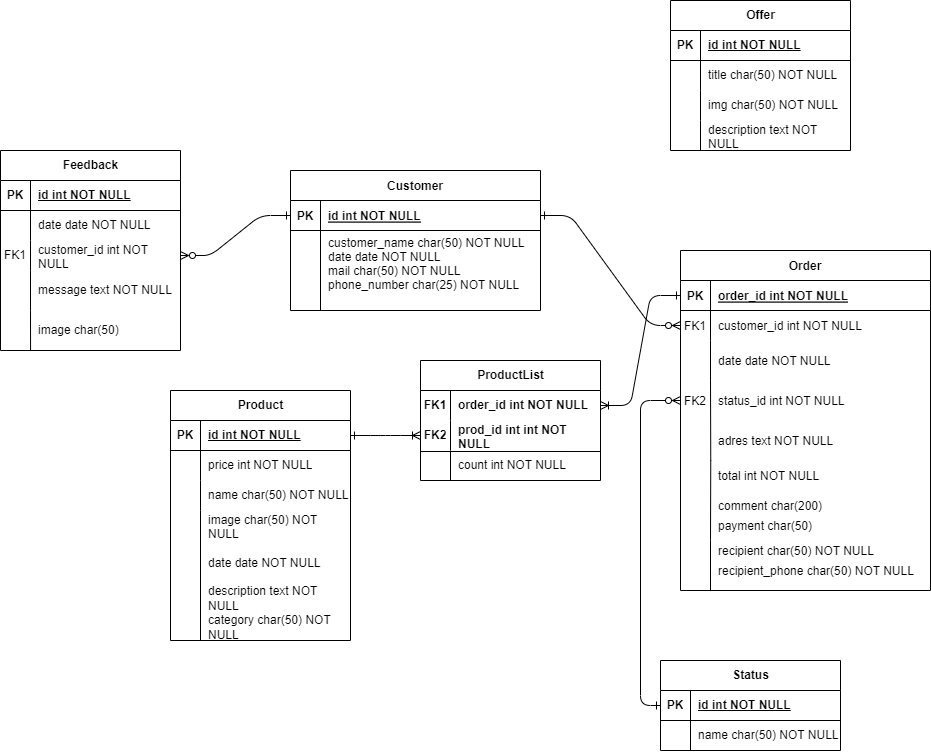
This is diagrams/ERD.png from Gunf1ghterr/food-store, a draw.io export, as it was before one commit. Source tidied: cells renumbered, new cells last; positions are measured from the earlier drawing's top-left corner, leaving out a move shared by most shapes.
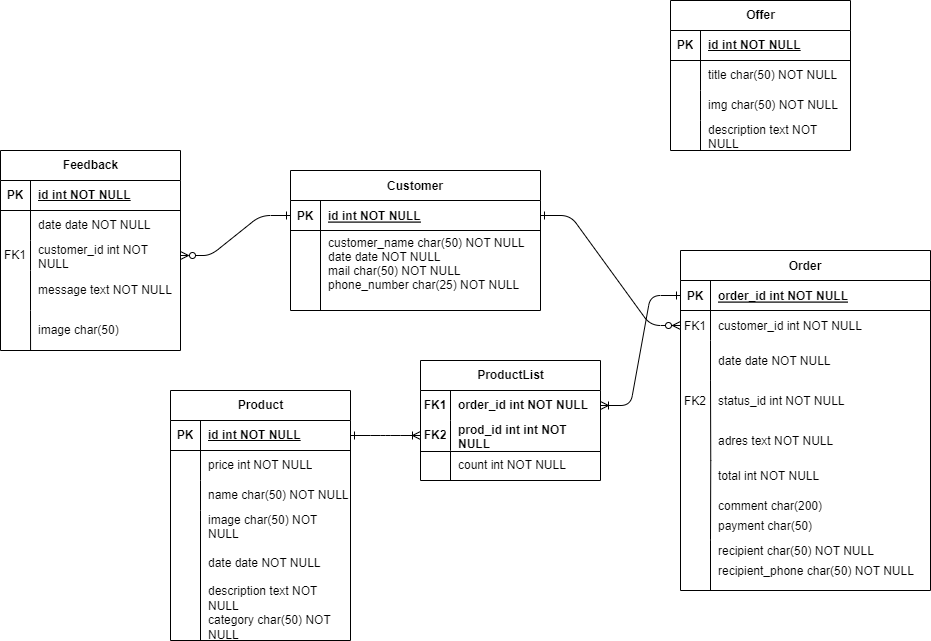
The same file after the commit.

What changed in the source:
```diff
@@ -148,37 +148,6 @@
     <mxCell id="49" style="endArrow=none;html=1;rounded=0;entryX=0.12;entryY=-0.006;entryDx=0;entryDy=0;entryPerimeter=0;exitX=0.121;exitY=1.01;exitDx=0;exitDy=0;exitPerimeter=0;" parent="1" edge="1" source="58" target="46">
       <mxGeometry relative="1" as="geometry" />
     </mxCell>
-    <mxCell id="50" value="Status" style="shape=table;startSize=30;rowLines=0;fontStyle=1;align=center;html=1;" parent="1" vertex="1">
-      <mxGeometry x="660" y="660" width="180" height="90" as="geometry" />
-    </mxCell>
-    <mxCell id="51" style="shape=tableRow;horizontal=0;startSize=0;swimlaneHead=0;swimlaneBody=0;fillColor=none;points=[[0,0.5],[1,0.5]];portConstraint=eastwest;top=0;left=0;right=0;bottom=1;" parent="50" vertex="1">
-      <mxGeometry y="30" width="180" height="30" as="geometry" />
-    </mxCell>
-    <mxCell id="52" value="PK" style="shape=partialRectangle;fillColor=none;top=0;left=0;bottom=0;right=0;fontStyle=1;overflow=hidden;whiteSpace=wrap;html=1;" parent="51" vertex="1">
-      <mxGeometry width="30" height="30" as="geometry" />
-    </mxCell>
-    <mxCell id="53" value="id int NOT NULL" style="shape=partialRectangle;fillColor=none;top=0;left=0;bottom=0;right=0;align=left;spacingLeft=6;fontStyle=5;overflow=hidden;whiteSpace=wrap;html=1;" parent="51" vertex="1">
-      <mxGeometry x="30" width="150" height="30" as="geometry" />
-    </mxCell>
-    <mxCell id="54" style="shape=tableRow;horizontal=0;startSize=0;swimlaneHead=0;swimlaneBody=0;fillColor=none;top=0;left=0;right=0;bottom=0;" parent="50" vertex="1">
-      <mxGeometry y="60" width="180" height="30" as="geometry" />
-    </mxCell>
-    <mxCell id="55" style="shape=partialRectangle;fillColor=none;top=0;left=0;bottom=0;right=0;overflow=hidden;whiteSpace=wrap;html=1;" parent="54" vertex="1">
-      <mxGeometry width="30" height="30" as="geometry" />
-    </mxCell>
-    <mxCell id="56" value="name char(50) NOT NULL" style="shape=partialRectangle;fillColor=none;top=0;left=0;bottom=0;right=0;align=left;spacingLeft=6;overflow=hidden;whiteSpace=wrap;html=1;" parent="54" vertex="1">
-      <mxGeometry x="30" width="150" height="30" as="geometry" />
-    </mxCell>
-    <mxCell id="57" style="endArrow=ERzeroToMany;startArrow=ERone;endFill=0;startFill=0;entryX=0;entryY=0.5;entryDx=0;entryDy=0;exitX=0;exitY=0.5;exitDx=0;exitDy=0;elbow=vertical;edgeStyle=elbowEdgeStyle;" parent="1" edge="1" source="51" target="46">
-      <mxGeometry relative="1" as="geometry">
-        <Array as="points">
-          <mxPoint x="640" y="510" />
-          <mxPoint x="620" y="500" />
-          <mxPoint x="610" y="610" />
-          <mxPoint x="660" y="470" />
-        </Array>
-      </mxGeometry>
-    </mxCell>
     <mxCell id="58" style="shape=partialRectangle;fillColor=none;points=[[0,0.5],[1,0.5]];portConstraint=eastwest;top=0;left=0;right=0;bottom=0;" parent="1" vertex="1">
       <mxGeometry x="680" y="420" width="250" height="40" as="geometry" />
     </mxCell>
```
